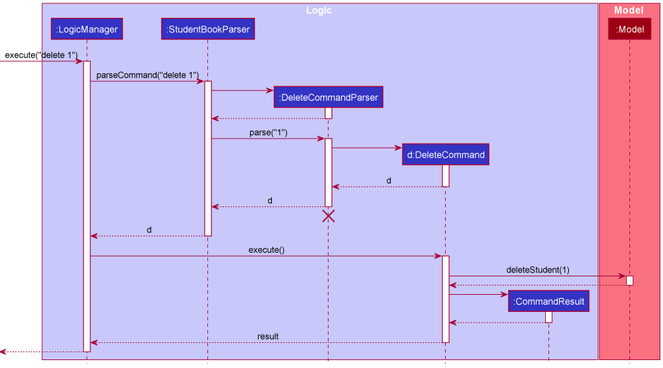
Above: docs/images/DeleteSequenceDiagram.png in nus-cs2103-AY2021S2/tp (PlantUML), before the change. Its source is kept beside it as docs/diagrams/DeleteSequenceDiagram.puml.
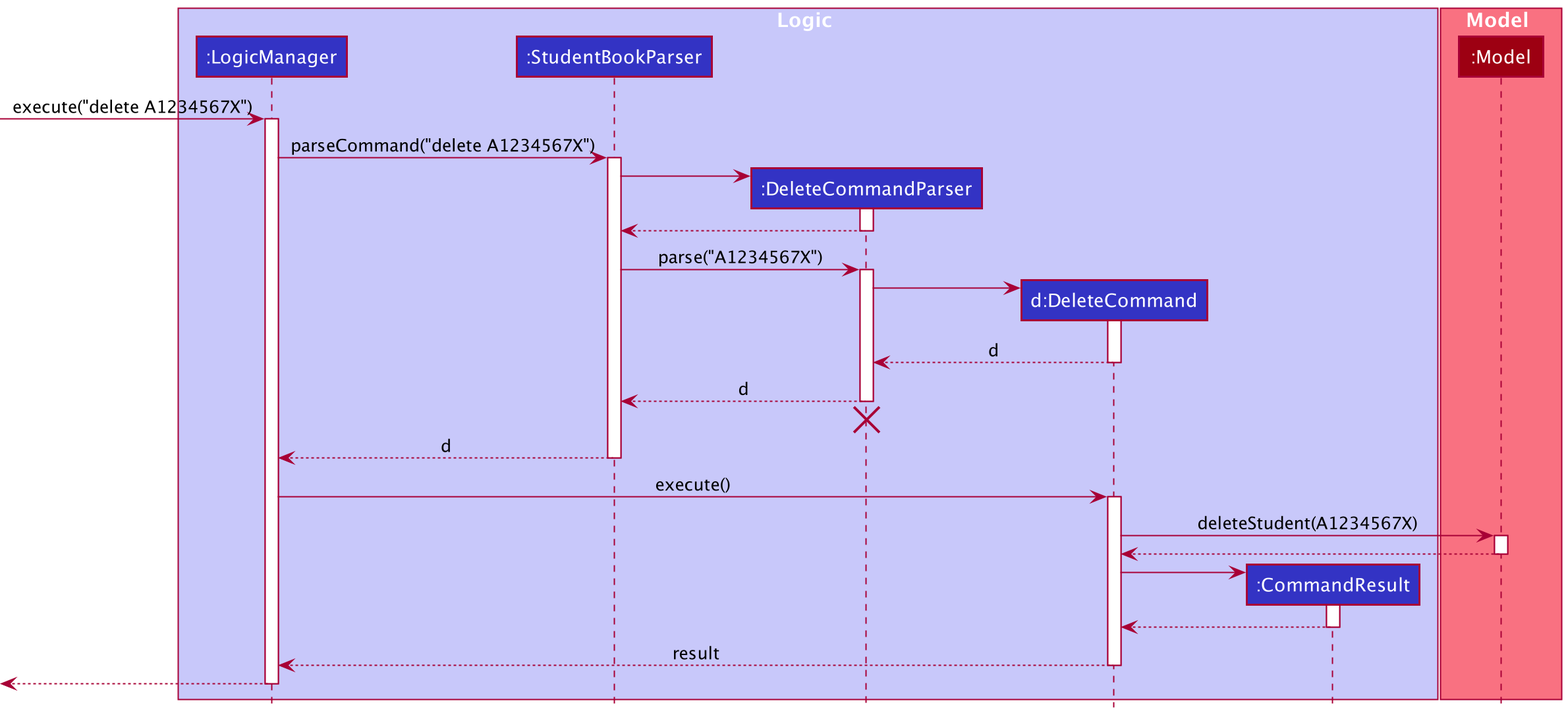
After the commit.

Change to the diagram source:
```diff
@@ -13,10 +13,10 @@
 participant ":Model" as Model MODEL_COLOR
 end box
 
-[-> LogicManager : execute("delete 1")
+[-> LogicManager : execute("delete A1234567X")
 activate LogicManager
 
-LogicManager -> StudentBookParser : parseCommand("delete 1")
+LogicManager -> StudentBookParser : parseCommand("delete A1234567X")
 activate StudentBookParser
 
 create DeleteCommandParser
@@ -26,7 +26,7 @@
 DeleteCommandParser --> StudentBookParser
 deactivate DeleteCommandParser
 
-StudentBookParser -> DeleteCommandParser : parse("1")
+StudentBookParser -> DeleteCommandParser : parse("A1234567X")
 activate DeleteCommandParser
 
 create DeleteCommand
@@ -47,7 +47,7 @@
 LogicManager -> DeleteCommand : execute()
 activate DeleteCommand
 
-DeleteCommand -> Model : deleteStudent(1)
+DeleteCommand -> Model : deleteStudent(A1234567X)
 activate Model
 
 Model --> DeleteCommand
```
